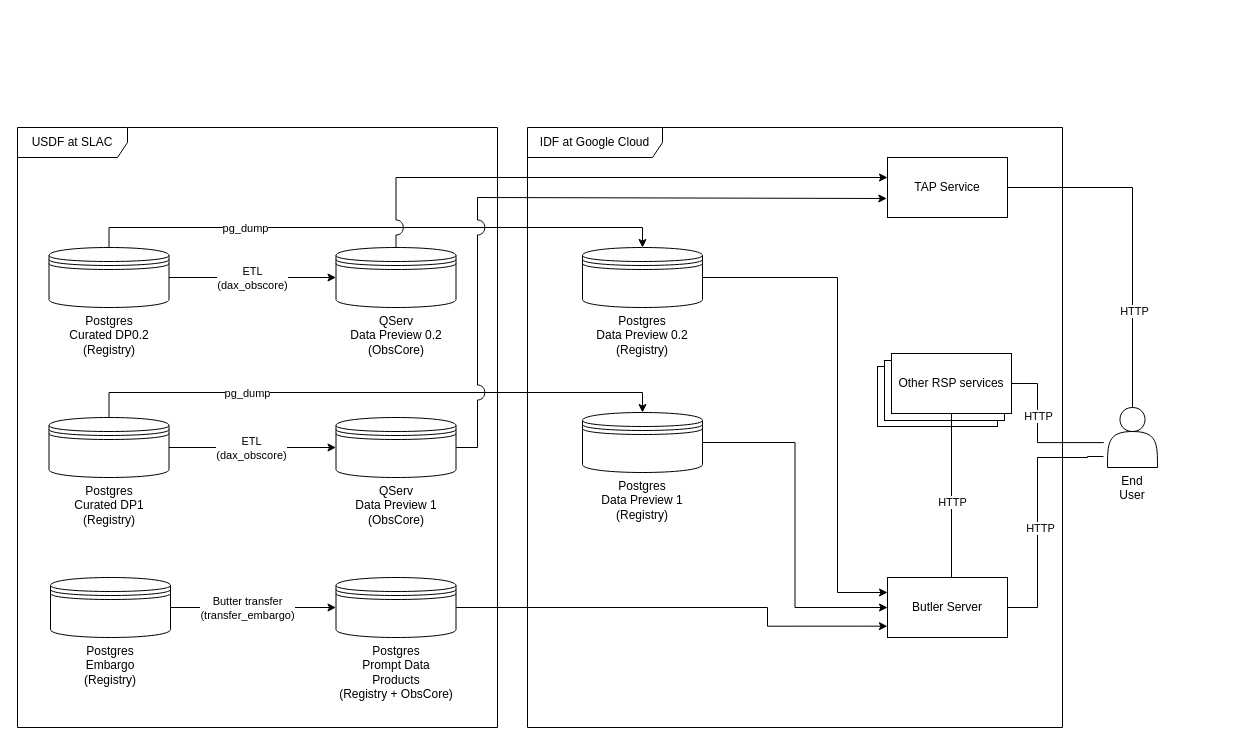
Earlier version of the draw.io diagram Butler-databases.drawio (lsst-dm/dmtn-297). Source tidied: cells renumbered, new cells numbered last; positions are measured from the earlier drawing's top-left corner, leaving out a move shared by most shapes. Both pictures are drawn from the tidied source at 100%, with x=0, y=0 at pixel (17, 127).
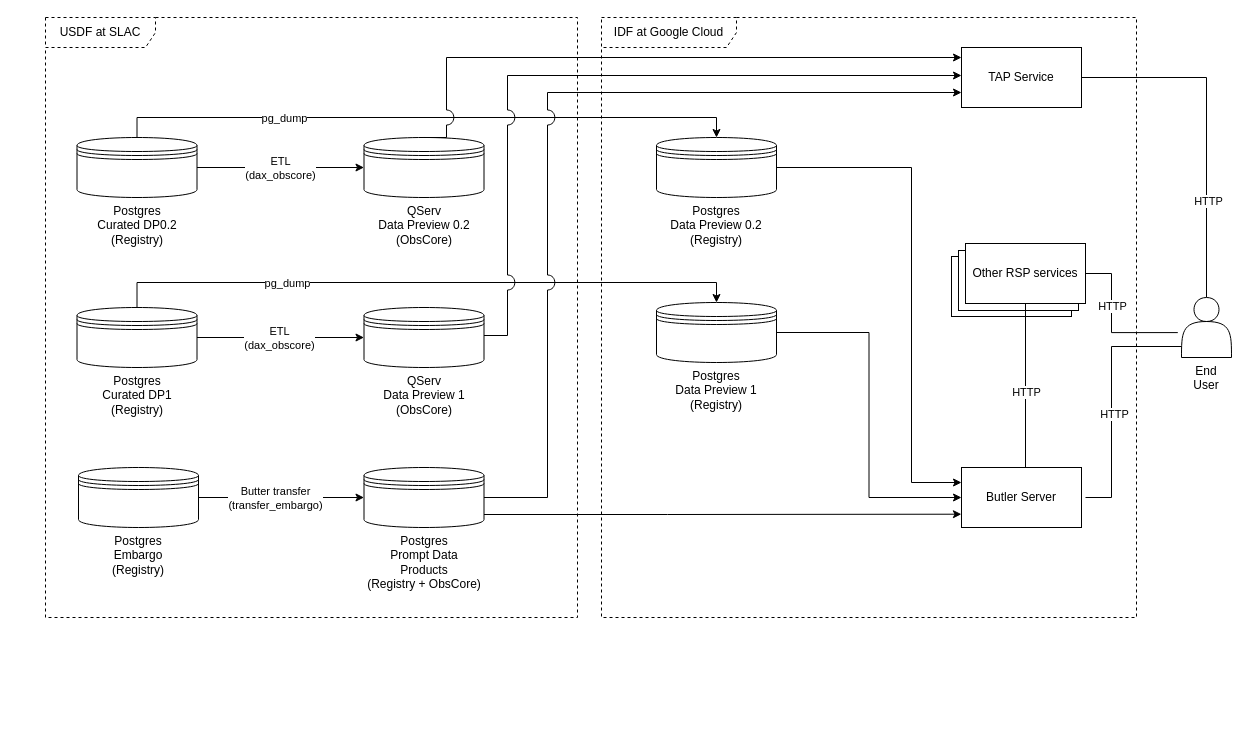
The same diagram, later.

The change refers to these unchanged cells:
```xml
<mxCell id="39" value="Other RSP services" style="rounded=0;whiteSpace=wrap;html=1;" parent="34" vertex="1">
  <mxGeometry x="14" width="120" height="60" as="geometry" />
</mxCell>
```

Diff of the diagram source:
```diff
@@
     <mxCell id="2" value="&lt;div&gt;QServ&lt;/div&gt;&lt;div&gt;Data Preview 0.2&lt;/div&gt;&lt;div&gt;(ObsCore)&lt;br&gt;&lt;/div&gt;" style="shape=datastore;whiteSpace=wrap;html=1;labelPosition=center;verticalLabelPosition=bottom;align=center;verticalAlign=top;" parent="1" vertex="1">
-      <mxGeometry x="318.5" y="120" width="120" height="60" as="geometry" />
+      <mxGeometry x="346.5" y="10" width="120" height="60" as="geometry" />
     </mxCell>
     <mxCell id="3" style="edgeStyle=orthogonalEdgeStyle;rounded=0;jettySize=auto;html=1;entryX=0;entryY=0.25;entryDx=0;entryDy=0;" parent="1" edge="1" source="4" target="5">
       <mxGeometry relative="1" as="geometry">
         <Array as="points">
-          <mxPoint x="820" y="150" />
-          <mxPoint x="820" y="465" />
+          <mxPoint x="894" y="40" />
+          <mxPoint x="894" y="355" />
         </Array>
       </mxGeometry>
     </mxCell>
     <mxCell id="4" value="&lt;div&gt;Postgres&lt;/div&gt;&lt;div&gt;Data Preview 0.2&lt;/div&gt;&lt;div&gt;(Registry)&lt;br&gt;&lt;/div&gt;" style="shape=datastore;whiteSpace=wrap;html=1;labelPosition=center;verticalLabelPosition=bottom;align=center;verticalAlign=top;" parent="1" vertex="1">
-      <mxGeometry x="565" y="120" width="120" height="60" as="geometry" />
+      <mxGeometry x="639" y="10" width="120" height="60" as="geometry" />
     </mxCell>
     <mxCell id="5" value="Butler Server" style="rounded=0;whiteSpace=wrap;html=1;" parent="1" vertex="1">
-      <mxGeometry x="870" y="450" width="120" height="60" as="geometry" />
+      <mxGeometry x="944" y="340" width="120" height="60" as="geometry" />
     </mxCell>
     <mxCell id="6" value="&lt;div&gt;Postgres&lt;/div&gt;&lt;div&gt;Prompt Data Products&lt;br&gt;&lt;/div&gt;&lt;div&gt;(Registry + ObsCore)&lt;br&gt;&lt;/div&gt;" style="shape=datastore;whiteSpace=wrap;html=1;labelPosition=center;verticalLabelPosition=bottom;align=center;verticalAlign=top;" parent="1" vertex="1">
-      <mxGeometry x="318.5" y="450" width="120" height="60" as="geometry" />
+      <mxGeometry x="346.5" y="340" width="120" height="60" as="geometry" />
     </mxCell>
     <mxCell id="7" value="TAP Service" style="rounded=0;whiteSpace=wrap;html=1;" parent="1" vertex="1">
-      <mxGeometry x="870" y="30" width="120" height="60" as="geometry" />
+      <mxGeometry x="944" y="-80" width="120" height="60" as="geometry" />
     </mxCell>
@@
-    <mxCell id="10" style="edgeStyle=orthogonalEdgeStyle;rounded=0;jettySize=auto;html=1;entryX=1;entryY=0.5;entryDx=0;entryDy=0;endArrow=none;endFill=0;" parent="1" edge="1" target="5">
+    <mxCell id="10" style="edgeStyle=orthogonalEdgeStyle;rounded=0;orthogonalLoop=1;jettySize=auto;html=1;entryX=1;entryY=0.5;entryDx=0;entryDy=0;endArrow=none;endFill=0;" parent="1" edge="1">
       <mxGeometry relative="1" as="geometry">
-        <mxPoint x="1086" y="329" as="sourcePoint" />
+        <mxPoint x="1164" y="219" as="sourcePoint" />
+        <mxPoint x="1068" y="370" as="targetPoint" />
         <Array as="points">
-          <mxPoint x="1070" y="329" />
-          <mxPoint x="1020" y="330" />
-          <mxPoint x="1020" y="480" />
+          <mxPoint x="1094" y="219" />
+          <mxPoint x="1094" y="370" />
         </Array>
       </mxGeometry>
     </mxCell>
@@
     <mxCell id="12" value="End User" style="shape=actor;whiteSpace=wrap;html=1;labelPosition=center;verticalLabelPosition=bottom;align=center;verticalAlign=top;" parent="1" vertex="1">
-      <mxGeometry x="1090" y="280" width="50" height="60" as="geometry" />
+      <mxGeometry x="1164" y="170" width="50" height="60" as="geometry" />
     </mxCell>
@@
     <mxCell id="14" value="&lt;div&gt;Postgres&lt;/div&gt;&lt;div&gt;Data Preview 1&lt;br&gt;&lt;/div&gt;&lt;div&gt;(Registry)&lt;br&gt;&lt;/div&gt;" style="shape=datastore;whiteSpace=wrap;html=1;labelPosition=center;verticalLabelPosition=bottom;align=center;verticalAlign=top;" parent="1" vertex="1">
-      <mxGeometry x="565" y="285" width="120" height="60" as="geometry" />
+      <mxGeometry x="639" y="175" width="120" height="60" as="geometry" />
     </mxCell>
     <mxCell id="15" value="&lt;div&gt;QServ&lt;/div&gt;&lt;div&gt;Data Preview 1&lt;br&gt;&lt;/div&gt;&lt;div&gt;(ObsCore)&lt;br&gt;&lt;/div&gt;" style="shape=datastore;whiteSpace=wrap;html=1;labelPosition=center;verticalLabelPosition=bottom;align=center;verticalAlign=top;" parent="1" vertex="1">
-      <mxGeometry x="318.5" y="290" width="120" height="60" as="geometry" />
+      <mxGeometry x="346.5" y="180" width="120" height="60" as="geometry" />
     </mxCell>
-    <mxCell id="16" value="&lt;div&gt;USDF at SLAC&lt;/div&gt;" style="shape=umlFrame;whiteSpace=wrap;html=1;width=110;height=30;" parent="1" vertex="1">
-      <mxGeometry width="480" height="600" as="geometry" />
+    <mxCell id="16" value="&lt;div&gt;USDF at SLAC&lt;/div&gt;" style="shape=umlFrame;whiteSpace=wrap;html=1;width=110;height=30;dashed=1;" parent="1" vertex="1">
+      <mxGeometry x="28" y="-110" width="532" height="600" as="geometry" />
     </mxCell>
-    <mxCell id="17" value="&lt;div&gt;IDF at Google Cloud&lt;br&gt;&lt;/div&gt;" style="shape=umlFrame;whiteSpace=wrap;html=1;width=135;height=30;" parent="1" vertex="1">
-      <mxGeometry x="510" width="535" height="600" as="geometry" />
+    <mxCell id="17" value="&lt;div&gt;IDF at Google Cloud&lt;br&gt;&lt;/div&gt;" style="shape=umlFrame;whiteSpace=wrap;html=1;width=135;height=30;dashed=1;" parent="1" vertex="1">
+      <mxGeometry x="584" y="-110" width="535" height="600" as="geometry" />
     </mxCell>
@@
     <mxCell id="20" style="edgeStyle=orthogonalEdgeStyle;rounded=0;jettySize=auto;html=1;entryX=0.5;entryY=0;entryDx=0;entryDy=0;" parent="1" edge="1" source="22" target="14">
       <mxGeometry relative="1" as="geometry">
         <Array as="points">
-          <mxPoint x="92" y="265" />
-          <mxPoint x="625" y="265" />
+          <mxPoint x="120" y="155" />
+          <mxPoint x="699" y="155" />
         </Array>
       </mxGeometry>
     </mxCell>
@@
     <mxCell id="22" value="&lt;div&gt;Postgres&lt;br&gt;&lt;/div&gt;&lt;div&gt;Curated DP1&lt;br&gt;&lt;/div&gt;&lt;div&gt;(Registry)&lt;br&gt;&lt;/div&gt;" style="shape=datastore;whiteSpace=wrap;html=1;labelPosition=center;verticalLabelPosition=bottom;align=center;verticalAlign=top;" parent="1" vertex="1">
-      <mxGeometry x="31.5" y="290" width="120" height="60" as="geometry" />
+      <mxGeometry x="59.5" y="180" width="120" height="60" as="geometry" />
     </mxCell>
@@
     <mxCell id="25" value="&lt;div&gt;Postgres&lt;/div&gt;&lt;div&gt;Embargo&lt;br&gt;&lt;/div&gt;&lt;div&gt;(Registry)&lt;br&gt;&lt;/div&gt;" style="shape=datastore;whiteSpace=wrap;html=1;labelPosition=center;verticalLabelPosition=bottom;align=center;verticalAlign=top;" parent="1" vertex="1">
-      <mxGeometry x="33" y="450" width="120" height="60" as="geometry" />
+      <mxGeometry x="61" y="340" width="120" height="60" as="geometry" />
     </mxCell>
@@
     <mxCell id="28" value="&lt;div&gt;Postgres&lt;br&gt;&lt;/div&gt;&lt;div&gt;Curated DP0.2&lt;br&gt;&lt;/div&gt;&lt;div&gt;(Registry)&lt;br&gt;&lt;/div&gt;" style="shape=datastore;whiteSpace=wrap;html=1;labelPosition=center;verticalLabelPosition=bottom;align=center;verticalAlign=top;" parent="1" vertex="1">
-      <mxGeometry x="31.5" y="120" width="120" height="60" as="geometry" />
+      <mxGeometry x="59.5" y="10" width="120" height="60" as="geometry" />
     </mxCell>
     <mxCell id="29" style="edgeStyle=orthogonalEdgeStyle;rounded=0;jettySize=auto;html=1;entryX=0.5;entryY=0;entryDx=0;entryDy=0;" parent="1" edge="1" source="28" target="4">
       <mxGeometry relative="1" as="geometry">
         <Array as="points">
-          <mxPoint x="92" y="100" />
-          <mxPoint x="625" y="100" />
+          <mxPoint x="120" y="-10" />
+          <mxPoint x="699" y="-10" />
         </Array>
       </mxGeometry>
     </mxCell>
@@
     <mxCell id="31" style="edgeStyle=orthogonalEdgeStyle;rounded=0;jettySize=auto;html=1;exitX=0.5;exitY=0;exitDx=0;exitDy=0;jumpStyle=arc;jumpSize=15;" parent="1" edge="1" source="2" target="7">
       <mxGeometry relative="1" as="geometry">
         <Array as="points">
-          <mxPoint x="379" y="50" />
+          <mxPoint x="429" y="10" />
+          <mxPoint x="429" y="-70" />
         </Array>
       </mxGeometry>
     </mxCell>
-    <mxCell id="32" style="edgeStyle=orthogonalEdgeStyle;rounded=0;jettySize=auto;html=1;jumpStyle=arc;jumpSize=15;entryX=-0.006;entryY=0.683;entryDx=0;entryDy=0;entryPerimeter=0;" parent="1" edge="1" source="15" target="7">
+    <mxCell id="32" style="edgeStyle=orthogonalEdgeStyle;rounded=0;orthogonalLoop=1;jettySize=auto;html=1;jumpStyle=arc;jumpSize=15;entryX=0;entryY=0.5;entryDx=0;entryDy=0;" parent="1" edge="1">
       <mxGeometry relative="1" as="geometry">
+        <mxPoint x="466.5" y="208" as="sourcePoint" />
+        <mxPoint x="944" y="-52" as="targetPoint" />
         <Array as="points">
-          <mxPoint x="460" y="320" />
-          <mxPoint x="460" y="70" />
-          <mxPoint x="859" y="70" />
-          <mxPoint x="859" y="71" />
+          <mxPoint x="490" y="208" />
+          <mxPoint x="490" y="-52" />
         </Array>
       </mxGeometry>
     </mxCell>
-    <mxCell id="33" style="edgeStyle=orthogonalEdgeStyle;rounded=0;jettySize=auto;html=1;entryX=-0.001;entryY=0.811;entryDx=0;entryDy=0;entryPerimeter=0;" parent="1" edge="1" source="6" target="5">
+    <mxCell id="33" style="edgeStyle=orthogonalEdgeStyle;rounded=0;orthogonalLoop=1;jettySize=auto;html=1;entryX=-0.001;entryY=0.811;entryDx=0;entryDy=0;entryPerimeter=0;" parent="1" edge="1">
       <mxGeometry relative="1" as="geometry">
+        <mxPoint x="466.5" y="387" as="sourcePoint" />
+        <mxPoint x="943.9" y="386.7" as="targetPoint" />
         <Array as="points">
-          <mxPoint x="750" y="480" />
-          <mxPoint x="750" y="499" />
+          <mxPoint x="650" y="387" />
+          <mxPoint x="650" y="387" />
         </Array>
       </mxGeometry>
     </mxCell>
     <mxCell id="34" style="group;" parent="1" vertex="1">
-      <mxGeometry x="860" y="226" width="134" height="73" as="geometry" />
+      <mxGeometry x="934" y="116" width="134" height="73" as="geometry" />
     </mxCell>
@@
     <mxCell id="40" style="rounded=0;jettySize=auto;html=1;endArrow=none;endFill=0;" parent="1" edge="1" source="39">
       <mxGeometry relative="1" as="geometry">
-        <mxPoint x="934" y="450" as="targetPoint" />
+        <mxPoint x="1008" y="340" as="targetPoint" />
       </mxGeometry>
     </mxCell>
@@
+    <mxCell id="42" style="edgeStyle=orthogonalEdgeStyle;rounded=0;jettySize=auto;html=1;entryX=0;entryY=0.75;entryDx=0;entryDy=0;jumpStyle=arc;jumpSize=15;" parent="1" edge="1" source="6" target="7">
+      <mxGeometry relative="1" as="geometry">
+        <Array as="points">
+          <mxPoint x="530" y="370" />
+          <mxPoint x="530" y="-35" />
+        </Array>
+      </mxGeometry>
+    </mxCell>
```
